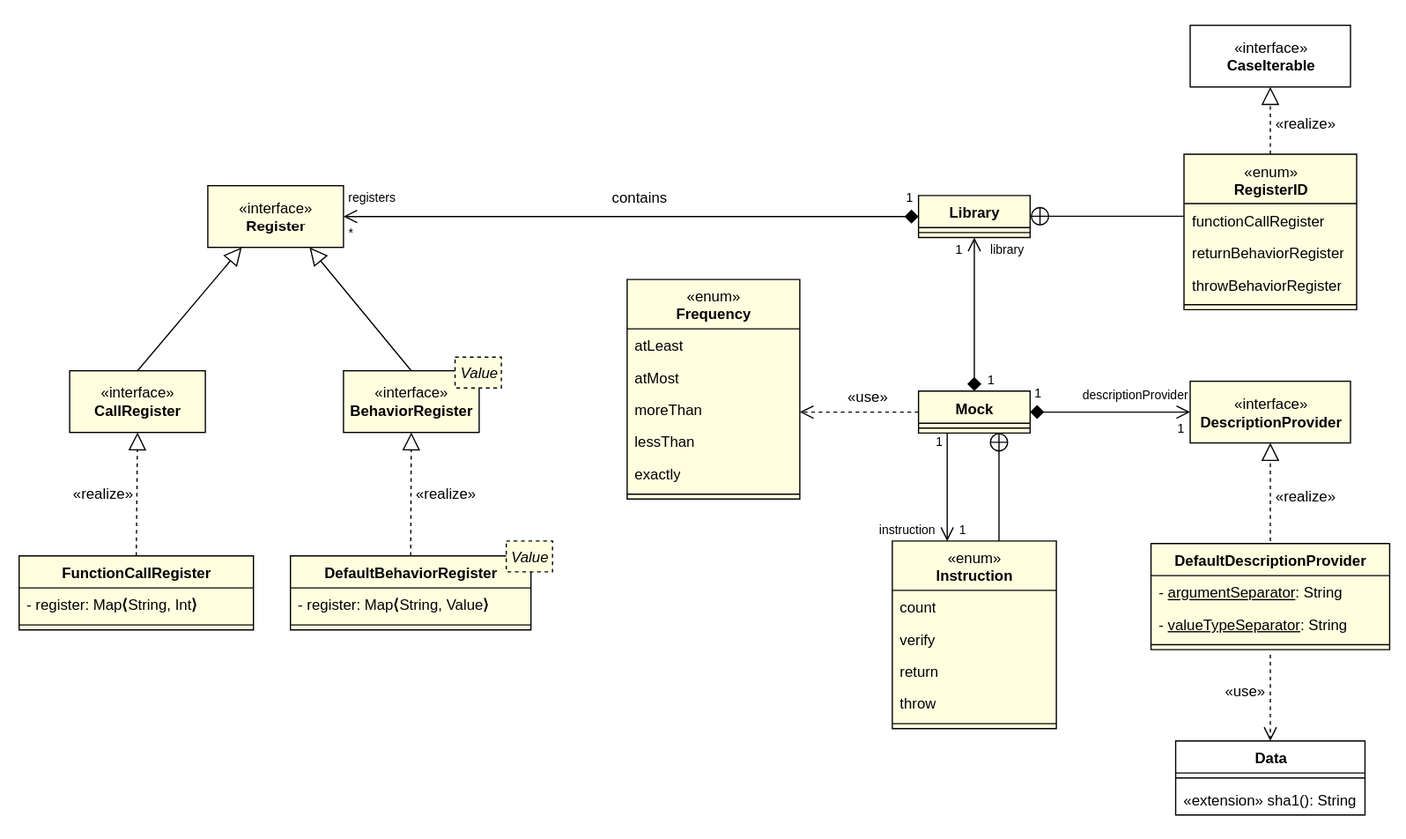
Before: Mockaffee_UML_CD.svg, a diagram exported from draw.io (simonsuska/mockaffee). Source tidied: cells renumbered, new cells last; positions are measured from the earlier drawing's top-left corner, leaving out a move shared by most shapes.
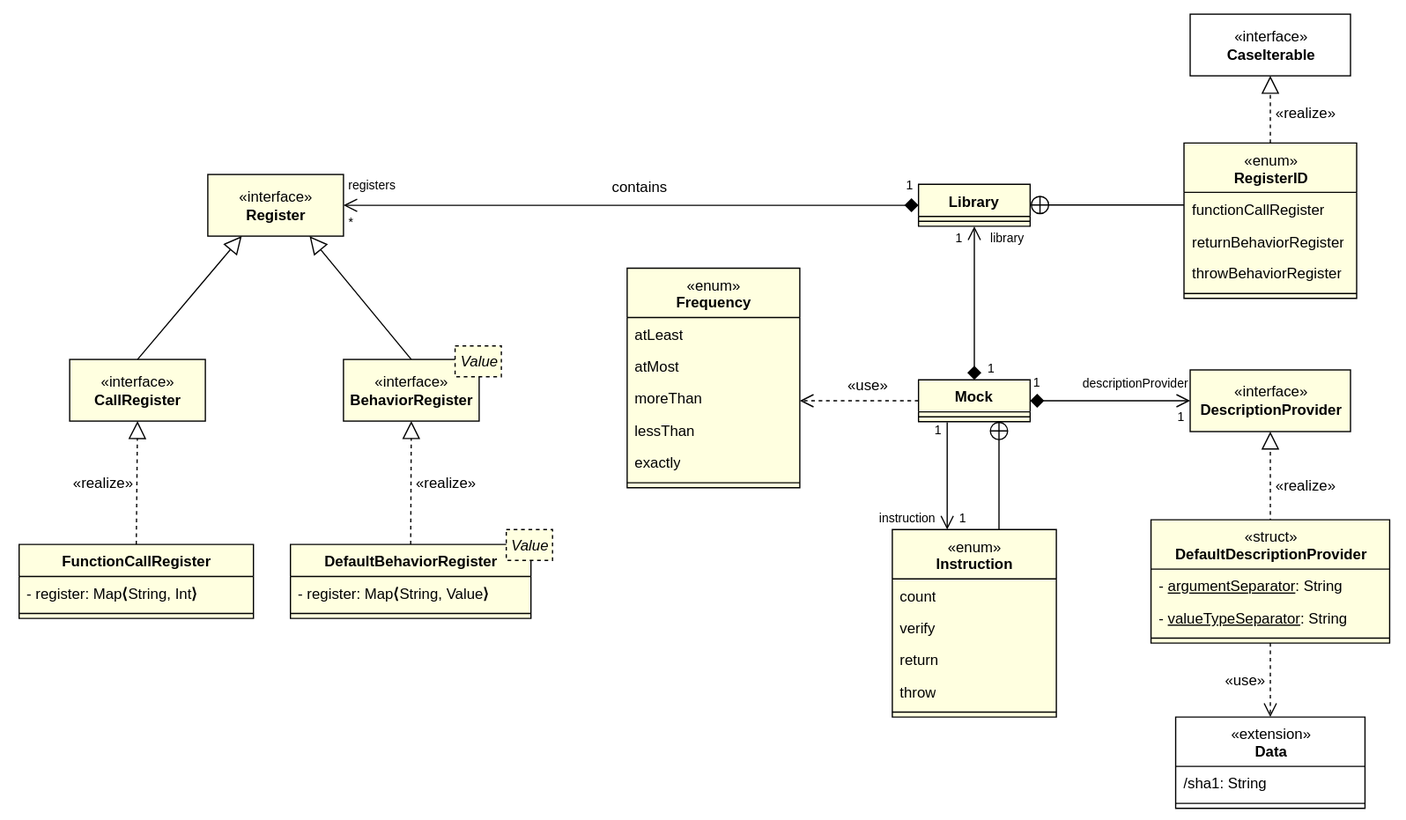
The same file after the commit.

Commit message:
docs: adjust class diagram

What changed in the source:
```diff
@@ -211,19 +211,19 @@
       <mxGeometry x="410" y="438" width="37.5" height="25" as="geometry" />
     </mxCell>
     <mxCell id="65" style="rounded=0;whiteSpace=wrap;html=1;fillColor=none;strokeColor=none;" parent="1" vertex="1">
-      <mxGeometry width="1140" height="680" as="geometry" />
+      <mxGeometry y="9" width="1140" height="664.5" as="geometry" />
     </mxCell>
     <mxCell id="66" value="«interface»&lt;br&gt;&lt;b&gt;CaseIterable&lt;/b&gt;" style="html=1;whiteSpace=wrap;" parent="1" vertex="1">
       <mxGeometry x="964.5" y="20" width="130" height="50" as="geometry" />
     </mxCell>
-    <mxCell id="67" value="Data" style="swimlane;fontStyle=1;align=center;verticalAlign=top;horizontal=1;startSize=26;whiteSpace=wrap;html=1;" parent="1" vertex="1">
-      <mxGeometry x="952.8" y="600" width="153.5" height="60" as="geometry" />
+    <mxCell id="67" value="&lt;div&gt;&lt;span style=&quot;font-weight: 400;&quot;&gt;«extension»&lt;/span&gt;&lt;/div&gt;Data" style="swimlane;fontStyle=1;align=center;verticalAlign=top;horizontal=1;startSize=40;whiteSpace=wrap;html=1;" parent="1" vertex="1">
+      <mxGeometry x="952.8" y="590" width="153.5" height="74" as="geometry" />
     </mxCell>
-    <mxCell id="68" style="line;strokeWidth=1;fillColor=none;align=left;verticalAlign=middle;spacingTop=-1;spacingLeft=3;spacingRight=3;labelPosition=right;strokeColor=inherit;" parent="67" vertex="1">
-      <mxGeometry y="26" width="153.5" height="8" as="geometry" />
+    <mxCell id="68" value="&lt;span style=&quot;text-align: center;&quot;&gt;/&lt;/span&gt;sha1: String" style="text;strokeColor=none;fillColor=none;align=left;verticalAlign=top;spacingLeft=4;spacingRight=4;overflow=hidden;whiteSpace=wrap;html=1;" parent="67" vertex="1">
+      <mxGeometry y="40" width="153.5" height="26" as="geometry" />
     </mxCell>
-    <mxCell id="69" value="&lt;span style=&quot;text-align: center;&quot;&gt;«extension»&amp;nbsp;&lt;/span&gt;sha1(): String" style="text;strokeColor=none;fillColor=none;align=left;verticalAlign=top;spacingLeft=4;spacingRight=4;overflow=hidden;whiteSpace=wrap;html=1;" parent="67" vertex="1">
-      <mxGeometry y="34" width="153.5" height="26" as="geometry" />
+    <mxCell id="69" style="line;strokeWidth=1;fillColor=none;align=left;verticalAlign=middle;spacingTop=-1;spacingLeft=3;spacingRight=3;labelPosition=right;strokeColor=inherit;" parent="67" vertex="1">
+      <mxGeometry y="66" width="153.5" height="8" as="geometry" />
     </mxCell>
     <mxCell id="70" value="«interface»&lt;br&gt;&lt;b&gt;BehaviorRegister&lt;/b&gt;" style="html=1;whiteSpace=wrap;fillColor=#FFFFE0;" parent="1" vertex="1">
       <mxGeometry x="278" y="300" width="110" height="50" as="geometry" />
@@ -231,17 +231,17 @@
     <mxCell id="71" value="&lt;i&gt;Value&lt;/i&gt;" style="rounded=0;whiteSpace=wrap;html=1;dashed=1;fillColor=#FFFFE0;" parent="1" vertex="1">
       <mxGeometry x="368.5" y="289" width="37.5" height="25" as="geometry" />
     </mxCell>
-    <mxCell id="72" value="DefaultDescriptionProvider" style="swimlane;fontStyle=1;align=center;verticalAlign=top;horizontal=1;startSize=26;whiteSpace=wrap;html=1;fillColor=#FFFFE0;swimlaneFillColor=#FFFFE0;" parent="1" vertex="1">
-      <mxGeometry x="932.8" y="440" width="193.5" height="86" as="geometry" />
+    <mxCell id="72" value="&lt;div&gt;&lt;span style=&quot;font-weight: 400;&quot;&gt;«struct»&lt;/span&gt;&lt;/div&gt;DefaultDescriptionProvider" style="swimlane;fontStyle=1;align=center;verticalAlign=top;horizontal=1;startSize=40;whiteSpace=wrap;html=1;fillColor=#FFFFE0;swimlaneFillColor=#FFFFE0;" parent="1" vertex="1">
+      <mxGeometry x="932.8" y="430" width="193.5" height="100" as="geometry" />
     </mxCell>
     <mxCell id="73" value="- &lt;u&gt;argumentSeparator&lt;/u&gt;: String" style="text;strokeColor=none;fillColor=none;align=left;verticalAlign=top;spacingLeft=4;spacingRight=4;overflow=hidden;whiteSpace=wrap;html=1;" parent="72" vertex="1">
-      <mxGeometry y="26" width="193.5" height="26" as="geometry" />
+      <mxGeometry y="40" width="193.5" height="26" as="geometry" />
     </mxCell>
     <mxCell id="74" value="- &lt;u&gt;valueTypeSeparator&lt;/u&gt;: String" style="text;strokeColor=none;fillColor=none;align=left;verticalAlign=top;spacingLeft=4;spacingRight=4;overflow=hidden;whiteSpace=wrap;html=1;" parent="72" vertex="1">
-      <mxGeometry y="52" width="193.5" height="26" as="geometry" />
+      <mxGeometry y="66" width="193.5" height="26" as="geometry" />
     </mxCell>
     <mxCell id="75" style="line;strokeWidth=1;fillColor=none;align=left;verticalAlign=middle;spacingTop=-1;spacingLeft=3;spacingRight=3;labelPosition=right;strokeColor=inherit;" parent="72" vertex="1">
-      <mxGeometry y="78" width="193.5" height="8" as="geometry" />
+      <mxGeometry y="92" width="193.5" height="8" as="geometry" />
     </mxCell>
     <mxCell id="76" style="endArrow=block;html=1;rounded=0;exitX=0.5;exitY=0;exitDx=0;exitDy=0;endFill=0;targetPerimeterSpacing=0;sourcePerimeterSpacing=0;startSize=6;endSize=12;entryX=0.5;entryY=1;entryDx=0;entryDy=0;dashed=1;" parent="1" edge="1" source="17" target="66">
       <mxGeometry relative="1" as="geometry" />
```
